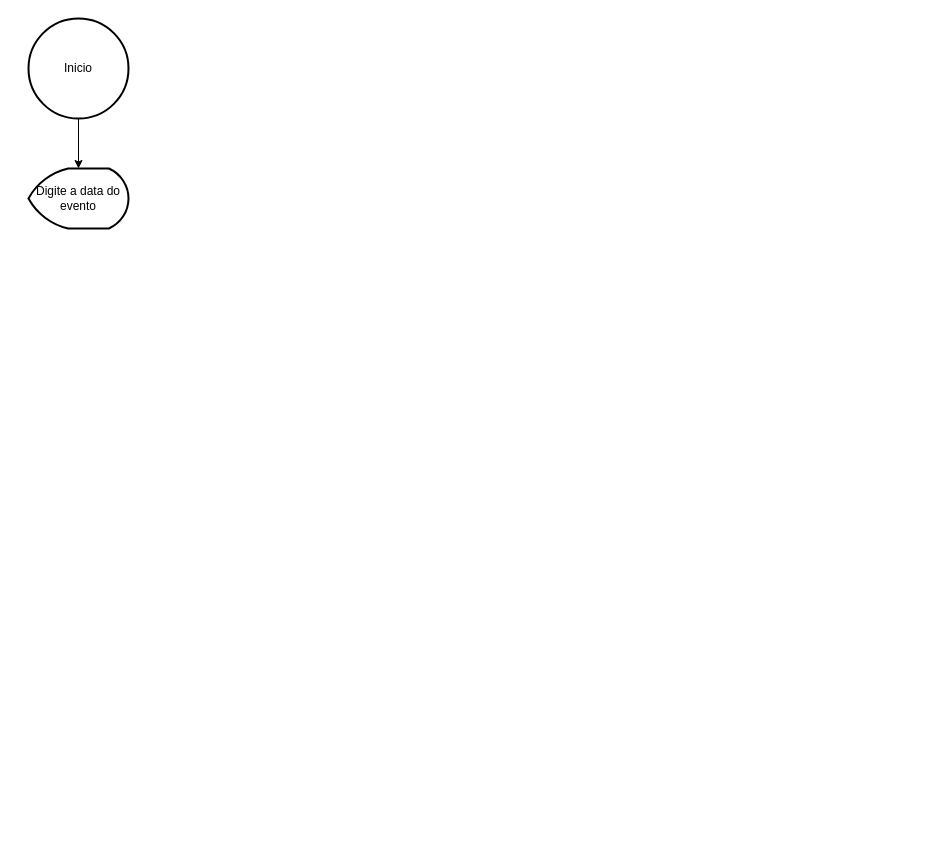
Above: RC/Diagrama sem nome.drawio in Magfgv/senai-versoes-colaboracoes (draw.io), before the change. Source tidied: cells renumbered, new cells numbered last; positions are measured from the earlier drawing's top-left corner, leaving out a move shared by most shapes. Both pictures are drawn from the tidied source at 100%, with x=0, y=0 at pixel (28, 18).
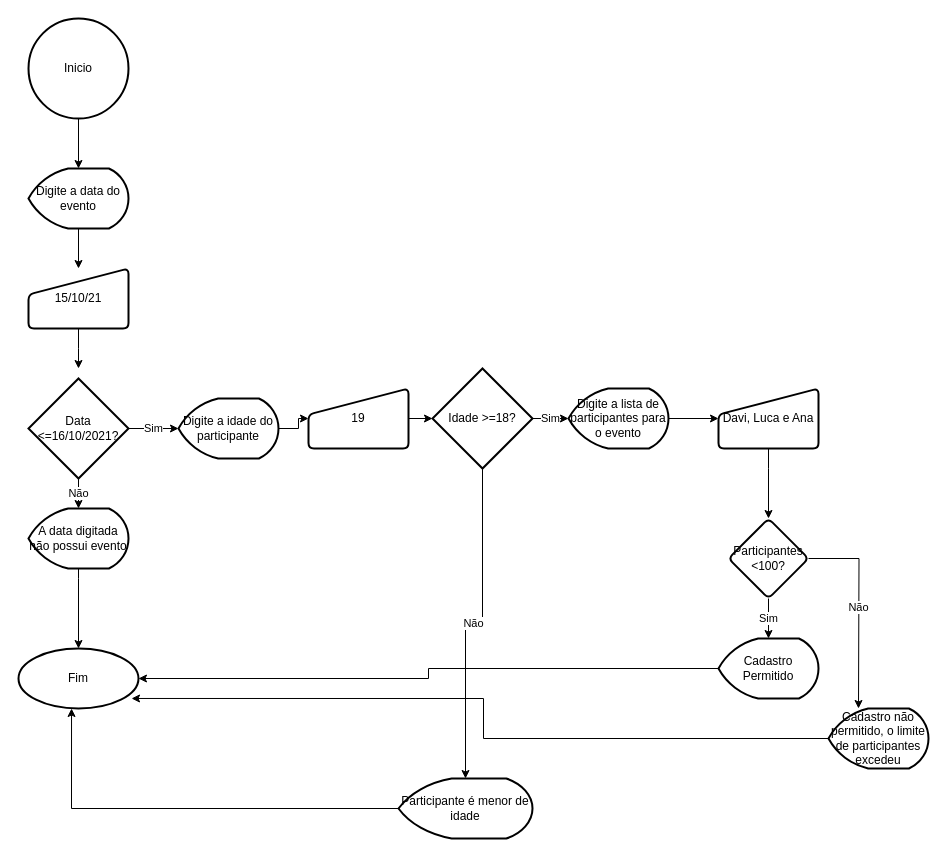
Above is the later version.

Commit message:
Atividade 1 de lógica de programação

The change refers to these unchanged cells:
```xml
<mxCell id="4" value="Digite a data do evento" style="strokeWidth=2;html=1;shape=mxgraph.flowchart.display;whiteSpace=wrap;" parent="1" vertex="1">
  <mxGeometry y="150" width="100" height="60" as="geometry" />
</mxCell>
```

Diff of the diagram source:
```diff
@@
+    <mxCell id="5" style="edgeStyle=orthogonalEdgeStyle;rounded=0;jettySize=auto;html=1;" parent="1" edge="1" source="4" target="7">
+      <mxGeometry relative="1" as="geometry" />
+    </mxCell>
@@
+    <mxCell id="6" style="edgeStyle=orthogonalEdgeStyle;rounded=0;jettySize=auto;html=1;" parent="1" edge="1" source="7">
+      <mxGeometry relative="1" as="geometry">
+        <mxPoint x="50" y="350" as="targetPoint" />
+      </mxGeometry>
+    </mxCell>
+    <mxCell id="7" value="15/10/21" style="html=1;strokeWidth=2;shape=manualInput;whiteSpace=wrap;rounded=1;size=26;arcSize=11;" parent="1" vertex="1">
+      <mxGeometry y="250" width="100" height="60" as="geometry" />
+    </mxCell>
+    <mxCell id="8" value="Não&lt;br&gt;" style="edgeStyle=orthogonalEdgeStyle;rounded=0;jettySize=auto;html=1;" parent="1" edge="1" source="10" target="12">
+      <mxGeometry relative="1" as="geometry" />
+    </mxCell>
+    <mxCell id="9" value="Sim&lt;br&gt;" style="edgeStyle=orthogonalEdgeStyle;rounded=0;jettySize=auto;html=1;" parent="1" edge="1" source="10" target="15">
+      <mxGeometry relative="1" as="geometry" />
+    </mxCell>
+    <mxCell id="10" value="Data &amp;lt;=16/10/2021?" style="strokeWidth=2;html=1;shape=mxgraph.flowchart.decision;whiteSpace=wrap;" parent="1" vertex="1">
+      <mxGeometry y="360" width="100" height="100" as="geometry" />
+    </mxCell>
+    <mxCell id="11" style="edgeStyle=orthogonalEdgeStyle;rounded=0;jettySize=auto;html=1;" parent="1" edge="1" source="12" target="13">
+      <mxGeometry relative="1" as="geometry">
+        <Array as="points">
+          <mxPoint x="50" y="560" />
+          <mxPoint x="50" y="560" />
+        </Array>
+      </mxGeometry>
+    </mxCell>
+    <mxCell id="12" value="A data digitada não possui evento" style="strokeWidth=2;html=1;shape=mxgraph.flowchart.display;whiteSpace=wrap;" parent="1" vertex="1">
+      <mxGeometry y="490" width="100" height="60" as="geometry" />
+    </mxCell>
+    <mxCell id="13" value="Fim" style="ellipse;whiteSpace=wrap;html=1;strokeWidth=2;" parent="1" vertex="1">
+      <mxGeometry x="-10" y="630" width="120" height="60" as="geometry" />
+    </mxCell>
+    <mxCell id="14" style="edgeStyle=orthogonalEdgeStyle;rounded=0;jettySize=auto;html=1;" parent="1" edge="1" source="15" target="17">
+      <mxGeometry relative="1" as="geometry" />
+    </mxCell>
+    <mxCell id="15" value="Digite a idade do participante" style="strokeWidth=2;html=1;shape=mxgraph.flowchart.display;whiteSpace=wrap;" parent="1" vertex="1">
+      <mxGeometry x="150" y="380" width="100" height="60" as="geometry" />
+    </mxCell>
+    <mxCell id="16" style="edgeStyle=orthogonalEdgeStyle;rounded=0;jettySize=auto;html=1;" parent="1" edge="1" source="17" target="20">
+      <mxGeometry relative="1" as="geometry" />
+    </mxCell>
+    <mxCell id="17" value="19" style="html=1;strokeWidth=2;shape=manualInput;whiteSpace=wrap;rounded=1;size=26;arcSize=11;" parent="1" vertex="1">
+      <mxGeometry x="280" y="370" width="100" height="60" as="geometry" />
+    </mxCell>
+    <mxCell id="18" value="Sim" style="edgeStyle=orthogonalEdgeStyle;rounded=0;jettySize=auto;html=1;" parent="1" edge="1" source="20" target="22">
+      <mxGeometry relative="1" as="geometry" />
+    </mxCell>
+    <mxCell id="19" value="Não&lt;br&gt;" style="edgeStyle=orthogonalEdgeStyle;rounded=0;jettySize=auto;html=1;" parent="1" edge="1" source="20" target="24">
+      <mxGeometry relative="1" as="geometry" />
+    </mxCell>
+    <mxCell id="20" value="Idade &amp;gt;=18?" style="strokeWidth=2;html=1;shape=mxgraph.flowchart.decision;whiteSpace=wrap;" parent="1" vertex="1">
+      <mxGeometry x="404" y="350" width="100" height="100" as="geometry" />
+    </mxCell>
+    <mxCell id="21" style="edgeStyle=orthogonalEdgeStyle;rounded=0;jettySize=auto;html=1;" parent="1" edge="1" source="22" target="26">
+      <mxGeometry relative="1" as="geometry" />
+    </mxCell>
+    <mxCell id="22" value="Digite a lista de participantes para o evento" style="strokeWidth=2;html=1;shape=mxgraph.flowchart.display;whiteSpace=wrap;" parent="1" vertex="1">
+      <mxGeometry x="540" y="370" width="100" height="60" as="geometry" />
+    </mxCell>
+    <mxCell id="23" style="edgeStyle=orthogonalEdgeStyle;rounded=0;jettySize=auto;html=1;entryX=0.442;entryY=1;entryDx=0;entryDy=0;entryPerimeter=0;" parent="1" edge="1" source="24" target="13">
+      <mxGeometry relative="1" as="geometry" />
+    </mxCell>
+    <mxCell id="24" value="Participante é menor de idade" style="strokeWidth=2;html=1;shape=mxgraph.flowchart.display;whiteSpace=wrap;" parent="1" vertex="1">
+      <mxGeometry x="370" y="760" width="134" height="60" as="geometry" />
+    </mxCell>
+    <mxCell id="25" style="edgeStyle=orthogonalEdgeStyle;rounded=0;jettySize=auto;html=1;" parent="1" edge="1" source="26" target="29">
+      <mxGeometry relative="1" as="geometry">
+        <Array as="points">
+          <mxPoint x="740" y="450" />
+          <mxPoint x="740" y="450" />
+        </Array>
+      </mxGeometry>
+    </mxCell>
+    <mxCell id="26" value="Davi, Luca e Ana" style="html=1;strokeWidth=2;shape=manualInput;whiteSpace=wrap;rounded=1;size=26;arcSize=11;" parent="1" vertex="1">
+      <mxGeometry x="690" y="370" width="100" height="60" as="geometry" />
+    </mxCell>
+    <mxCell id="27" value="Sim&lt;br&gt;" style="edgeStyle=orthogonalEdgeStyle;rounded=0;jettySize=auto;html=1;" parent="1" edge="1" source="29" target="31">
+      <mxGeometry relative="1" as="geometry" />
+    </mxCell>
+    <mxCell id="28" value="Não&lt;br&gt;" style="edgeStyle=orthogonalEdgeStyle;rounded=0;jettySize=auto;html=1;" parent="1" edge="1" source="29">
+      <mxGeometry relative="1" as="geometry">
+        <mxPoint x="830" y="690" as="targetPoint" />
+      </mxGeometry>
+    </mxCell>
+    <mxCell id="29" value="Participantes &amp;lt;100?" style="rhombus;whiteSpace=wrap;html=1;strokeWidth=2;rounded=1;arcSize=11;" parent="1" vertex="1">
+      <mxGeometry x="700" y="500" width="80" height="80" as="geometry" />
+    </mxCell>
+    <mxCell id="30" style="edgeStyle=orthogonalEdgeStyle;rounded=0;jettySize=auto;html=1;entryX=1;entryY=0.5;entryDx=0;entryDy=0;" parent="1" edge="1" source="31" target="13">
+      <mxGeometry relative="1" as="geometry" />
+    </mxCell>
+    <mxCell id="31" value="Cadastro Permitido" style="strokeWidth=2;html=1;shape=mxgraph.flowchart.display;whiteSpace=wrap;" parent="1" vertex="1">
+      <mxGeometry x="690" y="620" width="100" height="60" as="geometry" />
+    </mxCell>
+    <mxCell id="32" style="edgeStyle=orthogonalEdgeStyle;rounded=0;jettySize=auto;html=1;entryX=0.942;entryY=0.833;entryDx=0;entryDy=0;entryPerimeter=0;" parent="1" edge="1" source="33" target="13">
+      <mxGeometry relative="1" as="geometry" />
+    </mxCell>
+    <mxCell id="33" value="Cadastro não permitido, o limite de participantes excedeu" style="strokeWidth=2;html=1;shape=mxgraph.flowchart.display;whiteSpace=wrap;" parent="1" vertex="1">
+      <mxGeometry x="800" y="690" width="100" height="60" as="geometry" />
+    </mxCell>
```
